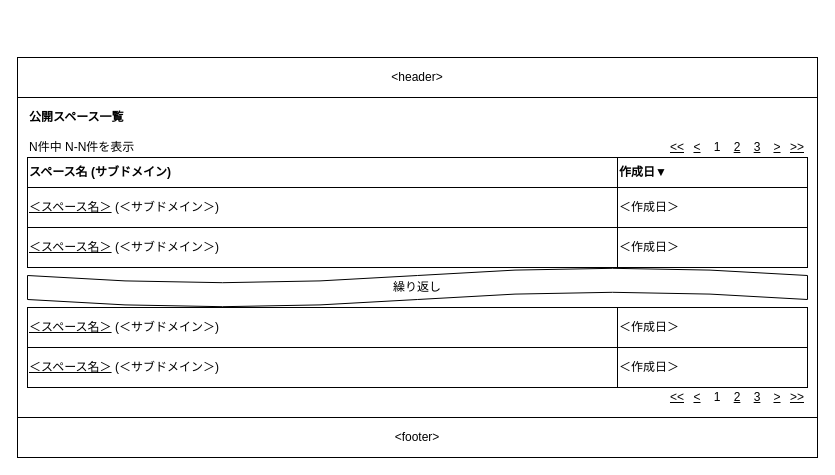
Before: 設計/画面設計/公開スペース一覧.drawio in nightonlypj/rails-app-origin, a draw.io diagram. Source tidied: cells renumbered, new cells numbered last; positions are measured from the earlier drawing's top-left corner, leaving out a move shared by most shapes. Both pictures are drawn from the tidied source at 100%, with x=0, y=0 at pixel (17, 57).
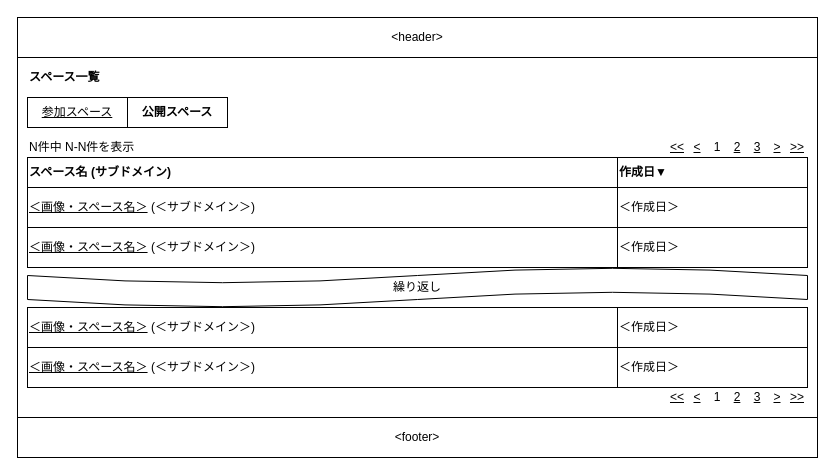
Above is the later version.

Diff of the diagram source:
```diff
@@
     <mxCell id="2" value="&amp;lt;header&amp;gt;" style="rounded=0;whiteSpace=wrap;html=1;fillColor=none;" parent="1" vertex="1">
-      <mxGeometry width="800" height="40" as="geometry" />
+      <mxGeometry y="-40" width="800" height="40" as="geometry" />
     </mxCell>
     <mxCell id="3" style="rounded=0;whiteSpace=wrap;html=1;fillColor=none;" parent="1" vertex="1">
-      <mxGeometry y="40" width="800" height="320" as="geometry" />
+      <mxGeometry width="800" height="360" as="geometry" />
     </mxCell>
-    <mxCell id="4" value="&lt;b&gt;公開スペース一覧&lt;/b&gt;" style="text;html=1;strokeColor=none;fillColor=none;align=left;verticalAlign=middle;whiteSpace=wrap;rounded=0;" parent="1" vertex="1">
-      <mxGeometry x="10" y="50" width="110" height="20" as="geometry" />
+    <mxCell id="4" value="&lt;b&gt;スペース一覧&lt;/b&gt;" style="text;html=1;strokeColor=none;fillColor=none;align=left;verticalAlign=middle;whiteSpace=wrap;rounded=0;" parent="1" vertex="1">
+      <mxGeometry x="10" y="10" width="80" height="20" as="geometry" />
     </mxCell>
@@
-    <mxCell id="25" value="&lt;u&gt;＜スペース名＞&lt;/u&gt; (＜サブドメイン＞)" style="rounded=0;whiteSpace=wrap;html=1;align=left;" parent="1" vertex="1">
+    <mxCell id="25" value="&lt;u&gt;＜画像・スペース名＞&lt;/u&gt; (＜サブドメイン＞)" style="rounded=0;whiteSpace=wrap;html=1;align=left;" parent="1" vertex="1">
       <mxGeometry x="10" y="130" width="590" height="40" as="geometry" />
     </mxCell>
@@
-    <mxCell id="28" value="&lt;u&gt;＜スペース名＞&lt;/u&gt; (＜サブドメイン＞)" style="rounded=0;whiteSpace=wrap;html=1;align=left;" parent="1" vertex="1">
+    <mxCell id="28" value="&lt;u&gt;＜画像・スペース名＞&lt;/u&gt;&amp;nbsp;(＜サブドメイン＞)" style="rounded=0;whiteSpace=wrap;html=1;align=left;" parent="1" vertex="1">
       <mxGeometry x="10" y="170" width="590" height="40" as="geometry" />
     </mxCell>
@@
-    <mxCell id="30" value="&lt;u&gt;＜スペース名＞&lt;/u&gt; (＜サブドメイン＞)" style="rounded=0;whiteSpace=wrap;html=1;align=left;" parent="1" vertex="1">
+    <mxCell id="30" value="&lt;u&gt;＜画像・スペース名＞&lt;/u&gt;&amp;nbsp;(＜サブドメイン＞)" style="rounded=0;whiteSpace=wrap;html=1;align=left;" parent="1" vertex="1">
       <mxGeometry x="10" y="250" width="590" height="40" as="geometry" />
     </mxCell>
@@
-    <mxCell id="32" value="&lt;u&gt;＜スペース名＞&lt;/u&gt; (＜サブドメイン＞)" style="rounded=0;whiteSpace=wrap;html=1;align=left;" parent="1" vertex="1">
+    <mxCell id="32" value="&lt;u&gt;＜画像・スペース名＞&lt;/u&gt;&amp;nbsp;(＜サブドメイン＞)" style="rounded=0;whiteSpace=wrap;html=1;align=left;" parent="1" vertex="1">
       <mxGeometry x="10" y="290" width="590" height="40" as="geometry" />
     </mxCell>
@@
+    <mxCell id="34" value="&lt;u&gt;参加スペース&lt;/u&gt;" style="rounded=0;whiteSpace=wrap;html=1;" parent="1" vertex="1">
+      <mxGeometry x="10" y="40" width="100" height="30" as="geometry" />
+    </mxCell>
+    <mxCell id="35" value="&lt;b&gt;公開スペース&lt;/b&gt;" style="rounded=0;whiteSpace=wrap;html=1;" parent="1" vertex="1">
+      <mxGeometry x="110" y="40" width="100" height="30" as="geometry" />
+    </mxCell>
```
